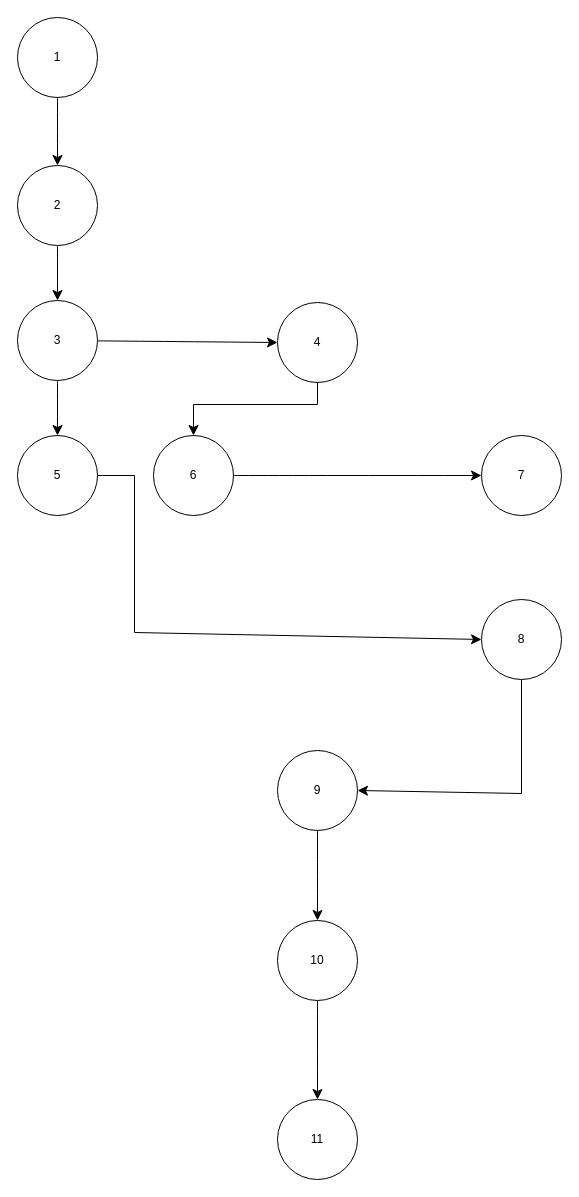
The draw.io diagram page "Login register" (2 of 3) of white box.drawio in AmirRazer/DrawIoErd, before the edit. Source tidied: cells renumbered, new cells numbered last; positions are measured from the earlier drawing's top-left corner, leaving out a move shared by most shapes. Both pictures are drawn from the tidied source at 100%, with x=0, y=0 at pixel (17, 17).
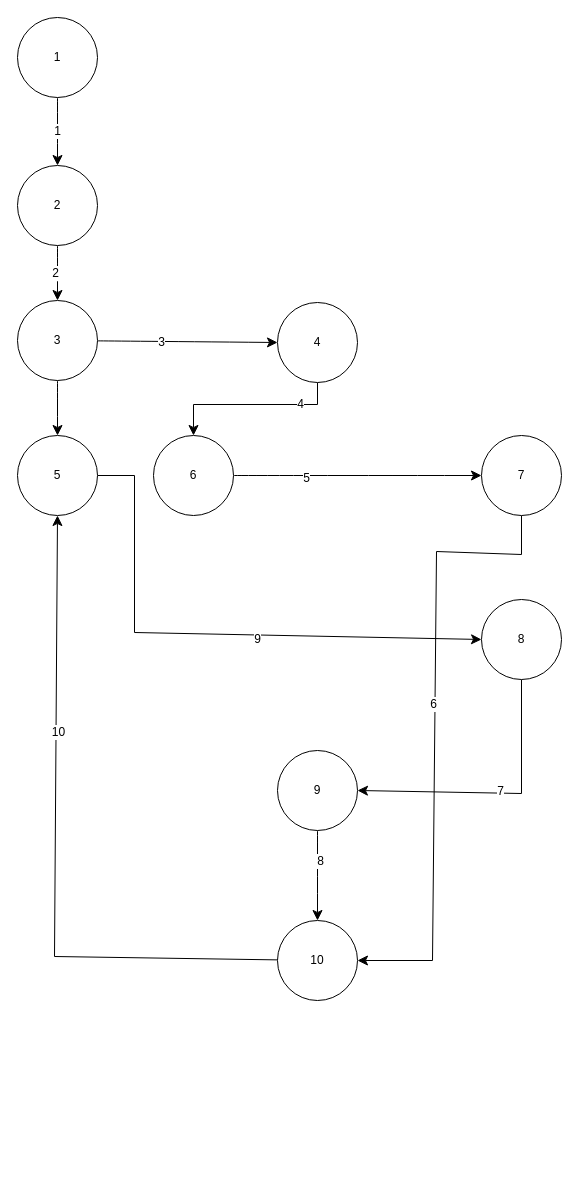
After the change.

The change refers to these unchanged cells:
```xml
<mxCell id="2" style="edgeStyle=none;curved=1;rounded=0;jettySize=auto;html=1;fontSize=12;startSize=8;endSize=8;" parent="1" edge="1" source="3" target="5">
  <mxGeometry relative="1" as="geometry" />
</mxCell>
<mxCell id="4" style="edgeStyle=none;curved=1;rounded=0;jettySize=auto;html=1;fontSize=12;startSize=8;endSize=8;" parent="1" edge="1" source="5" target="8">
  <mxGeometry relative="1" as="geometry" />
</mxCell>
<mxCell id="7" style="edgeStyle=none;curved=1;rounded=0;jettySize=auto;html=1;entryX=0;entryY=0.5;entryDx=0;entryDy=0;fontSize=12;startSize=8;endSize=8;" parent="1" edge="1" source="8" target="10">
  <mxGeometry relative="1" as="geometry" />
</mxCell>
<mxCell id="9" style="edgeStyle=none;curved=0;rounded=0;jettySize=auto;html=1;entryX=0.5;entryY=0;entryDx=0;entryDy=0;fontSize=12;startSize=8;endSize=8;" parent="1" edge="1" source="10" target="12">
  <mxGeometry relative="1" as="geometry">
    <Array as="points">
      <mxPoint x="300" y="387" />
      <mxPoint x="176" y="387" />
    </Array>
  </mxGeometry>
</mxCell>
<mxCell id="11" style="edgeStyle=none;curved=1;rounded=0;jettySize=auto;html=1;entryX=0;entryY=0.5;entryDx=0;entryDy=0;fontSize=12;startSize=8;endSize=8;" parent="1" edge="1" source="12" target="15">
  <mxGeometry relative="1" as="geometry" />
</mxCell>
<mxCell id="13" style="edgeStyle=none;curved=0;rounded=0;jettySize=auto;html=1;entryX=0;entryY=0.5;entryDx=0;entryDy=0;fontSize=12;startSize=8;endSize=8;" parent="1" edge="1" source="14" target="17">
  <mxGeometry relative="1" as="geometry">
    <Array as="points">
      <mxPoint x="117" y="458" />
      <mxPoint x="117" y="615" />
    </Array>
  </mxGeometry>
</mxCell>
<mxCell id="14" value="5" style="ellipse;whiteSpace=wrap;html=1;" parent="1" vertex="1">
  <mxGeometry y="418" width="80" height="80" as="geometry" />
</mxCell>
<mxCell id="15" value="7" style="ellipse;whiteSpace=wrap;html=1;" parent="1" vertex="1">
  <mxGeometry x="464" y="418" width="80" height="80" as="geometry" />
</mxCell>
<mxCell id="16" style="edgeStyle=none;curved=0;rounded=0;jettySize=auto;html=1;entryX=1;entryY=0.5;entryDx=0;entryDy=0;fontSize=12;startSize=8;endSize=8;" parent="1" edge="1" source="17" target="19">
  <mxGeometry relative="1" as="geometry">
    <Array as="points">
      <mxPoint x="504" y="776" />
    </Array>
  </mxGeometry>
</mxCell>
<mxCell id="18" style="edgeStyle=none;curved=1;rounded=0;jettySize=auto;html=1;fontSize=12;startSize=8;endSize=8;" parent="1" edge="1" source="19" target="21">
  <mxGeometry relative="1" as="geometry" />
</mxCell>
<mxCell id="21" value="10" style="ellipse;whiteSpace=wrap;html=1;" parent="1" vertex="1">
  <mxGeometry x="260" y="903" width="80" height="80" as="geometry" />
</mxCell>
```

Diff of the diagram source:
```diff
@@
+    <mxCell id="23" value="1" style="edgeLabel;html=1;align=center;verticalAlign=middle;fontSize=12;" parent="2" vertex="1">
+      <mxGeometry x="-0.02" y="-1" relative="1" as="geometry" />
+    </mxCell>
@@
+    <mxCell id="24" value="2" style="edgeLabel;html=1;align=center;verticalAlign=middle;fontSize=12;" parent="4" vertex="1">
+      <mxGeometry x="0.01" y="-3" relative="1" as="geometry">
+        <mxPoint y="-1" as="offset" />
+      </mxGeometry>
+    </mxCell>
@@
+    <mxCell id="25" value="3" style="edgeLabel;html=1;align=center;verticalAlign=middle;fontSize=12;" parent="7" vertex="1">
+      <mxGeometry x="-0.29" y="-1" relative="1" as="geometry" />
+    </mxCell>
@@
+    <mxCell id="26" value="4" style="edgeLabel;html=1;align=center;verticalAlign=middle;fontSize=12;" parent="9" vertex="1">
+      <mxGeometry x="-0.55" y="-1" relative="1" as="geometry" />
+    </mxCell>
@@
+    <mxCell id="27" value="5" style="edgeLabel;html=1;align=center;verticalAlign=middle;fontSize=12;" parent="11" vertex="1">
+      <mxGeometry x="-0.42" y="-2" relative="1" as="geometry" />
+    </mxCell>
@@
+    <mxCell id="28" value="9" style="edgeLabel;html=1;align=center;verticalAlign=middle;fontSize=12;" parent="13" vertex="1">
+      <mxGeometry x="0.17" y="-4" relative="1" as="geometry" />
+    </mxCell>
@@
+    <mxCell id="29" style="edgeStyle=none;curved=0;rounded=0;jettySize=auto;html=1;entryX=1;entryY=0.5;entryDx=0;entryDy=0;fontSize=12;startSize=8;endSize=8;exitX=0.5;exitY=1;exitDx=0;exitDy=0;" parent="1" edge="1" source="15" target="21">
+      <mxGeometry relative="1" as="geometry">
+        <Array as="points">
+          <mxPoint x="504" y="537" />
+          <mxPoint x="419" y="534" />
+          <mxPoint x="415" y="943" />
+        </Array>
+      </mxGeometry>
+    </mxCell>
+    <mxCell id="30" value="6" style="edgeLabel;html=1;align=center;verticalAlign=middle;fontSize=12;" parent="29" vertex="1">
+      <mxGeometry x="-0.09" y="-2" relative="1" as="geometry" />
+    </mxCell>
@@
+    <mxCell id="31" value="7" style="edgeLabel;html=1;align=center;verticalAlign=middle;fontSize=12;" parent="16" vertex="1">
+      <mxGeometry x="-0.02" y="-2" relative="1" as="geometry" />
+    </mxCell>
@@
+    <mxCell id="32" value="8" style="edgeLabel;html=1;align=center;verticalAlign=middle;fontSize=12;" parent="18" vertex="1">
+      <mxGeometry x="-0.34" y="2" relative="1" as="geometry" />
+    </mxCell>
@@
-    <mxCell id="20" style="edgeStyle=none;curved=1;rounded=0;jettySize=auto;html=1;fontSize=12;startSize=8;endSize=8;" parent="1" edge="1" source="21" target="22">
-      <mxGeometry relative="1" as="geometry" />
-    </mxCell>
+    <mxCell id="33" style="edgeStyle=none;curved=0;rounded=0;jettySize=auto;html=1;entryX=0.5;entryY=1;entryDx=0;entryDy=0;fontSize=12;startSize=8;endSize=8;" parent="1" edge="1" source="21" target="14">
+      <mxGeometry relative="1" as="geometry">
+        <Array as="points">
+          <mxPoint x="37" y="939" />
+        </Array>
+      </mxGeometry>
+    </mxCell>
+    <mxCell id="34" value="10" style="edgeLabel;html=1;align=center;verticalAlign=middle;fontSize=12;" parent="33" vertex="1">
+      <mxGeometry x="0.35" y="-2" relative="1" as="geometry" />
+    </mxCell>
@@
-    <mxCell id="22" value="11" style="ellipse;whiteSpace=wrap;html=1;" parent="1" vertex="1">
-      <mxGeometry x="260" y="1082" width="80" height="80" as="geometry" />
-    </mxCell>
```
